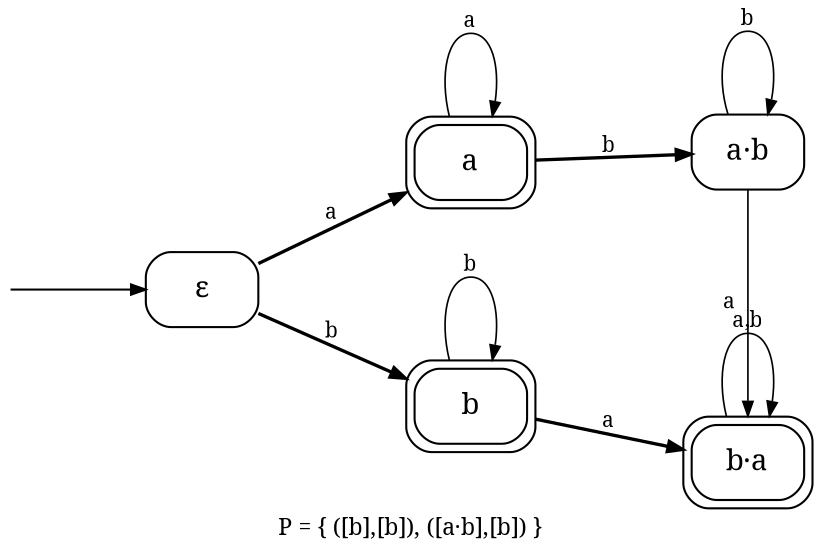
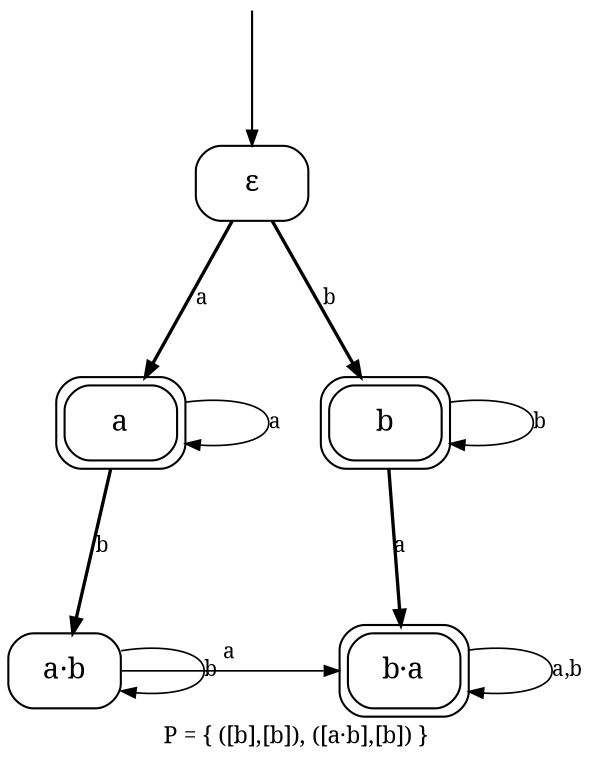
// sos2cayley astar_bomega.sos --rename a=a,!a=b
digraph core_F0_astar_bomega {
-   rankdir=LR;
+   rankdir=TB;
  ranksep=0.87; nodesep=0.55;
  node [shape=box, style=rounded, fontname="serif", margin="0.06,0.03"];
  edge [fontname="serif", fontsize=10, arrowsize=0.7];
  label="P = { ([b],[b]), ([a·b],[b]) }"; labelloc="b"; labeljust="c";
  fontname="serif"; fontsize=11;

  eps [label="ε"];
  a [label="a", peripheries=2];
  b [label="b", peripheries=2];
  ab [label="a·b"];
  ba [label="b·a", peripheries=2];
  _init [shape=none, label="", width=0.02, height=0.02];
  _init -> eps;

  { rank=same; eps; }
  { rank=same; a b; }
  { rank=same; ab ba; }

-   eps -> a [label="a", penwidth=1.6];
-   eps -> b [label="b", penwidth=1.6];
-   a -> a [label="a", penwidth=0.8];
-   a -> ab [label="b", penwidth=1.6];
-   b -> ba [label="a", penwidth=1.6];
-   b -> b [label="b", penwidth=0.8];
-   ab -> ba [label="a", penwidth=0.8];
-   ab -> ab [label="b", penwidth=0.8];
-   ba -> ba [label="a,b", penwidth=0.8];
+   eps -> a [label="a", penwidth=1.6, weight=10];
+   eps -> b [label="b", penwidth=1.6, weight=10];
+   a -> a [label="a", penwidth=0.8, weight=1];
+   a -> ab [label="b", penwidth=1.6, weight=3];
+   b -> ba [label="a", penwidth=1.6, weight=3];
+   b -> b [label="b", penwidth=0.8, weight=1];
+   ab -> ba [label="a", penwidth=0.8, weight=1];
+   ab -> ab [label="b", penwidth=0.8, weight=1];
+   ba -> ba [label="a,b", penwidth=0.8, weight=1];
}
